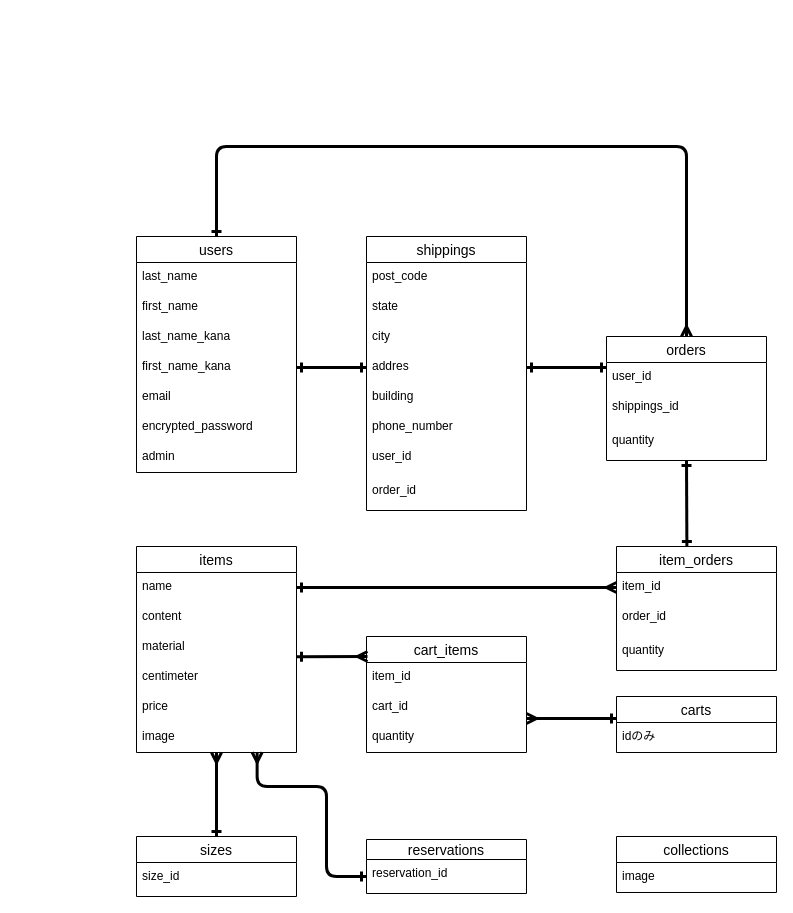
This is er.dio from ap0424ts/nuax_official, a draw.io file, before an edit. Source tidied: cells renumbered, new cells numbered last; positions are measured from the earlier drawing's top-left corner, leaving out a move shared by most shapes. Both pictures are drawn from the tidied source at 100%, with x=0, y=0 at pixel (136, 146).
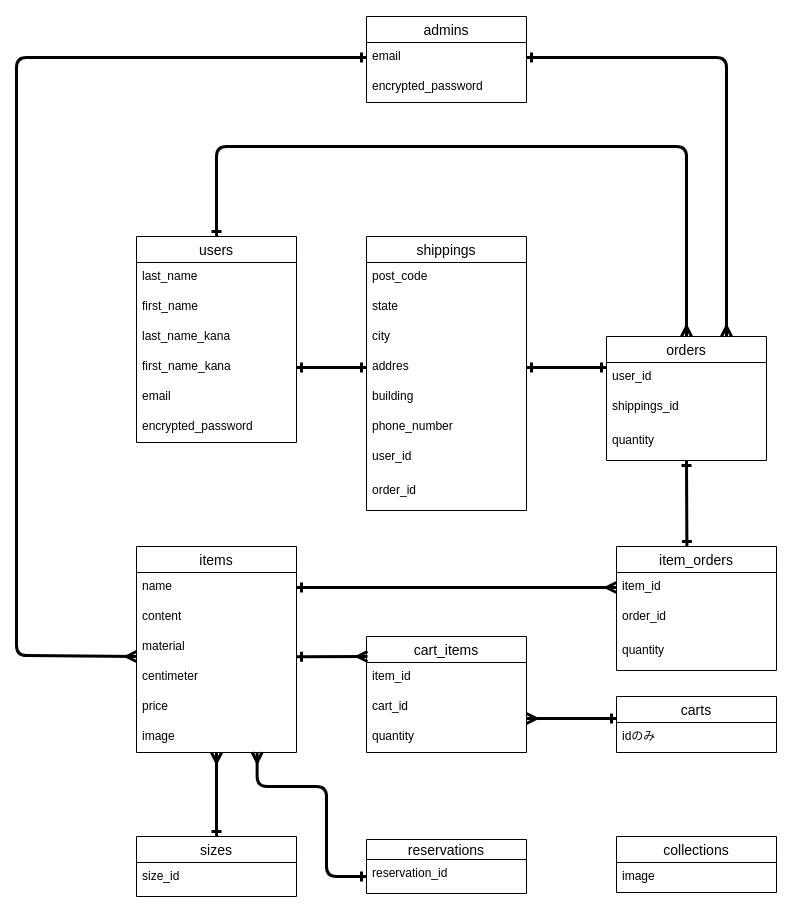
After the change.

The change refers to these unchanged cells:
```xml
<mxCell id="38" value="orders" style="swimlane;fontStyle=0;horizontal=1;startSize=26;align=center;fontSize=14;" parent="1" vertex="1">
  <mxGeometry x="470" y="190" width="160" height="124" as="geometry" />
</mxCell>
```

Change to the diagram source:
```diff
@@
     <mxCell id="2" value="users" style="swimlane;fontStyle=0;horizontal=1;startSize=26;align=center;fontSize=14;" parent="1" vertex="1">
-      <mxGeometry y="90" width="160" height="236" as="geometry" />
+      <mxGeometry y="90" width="160" height="206" as="geometry" />
     </mxCell>
@@
-    <mxCell id="9" value="admin" style="text;strokeColor=none;fillColor=none;spacingLeft=4;spacingRight=4;overflow=hidden;fontSize=12;" parent="2" vertex="1">
-      <mxGeometry y="206" width="160" height="30" as="geometry" />
-    </mxCell>
@@
+    <mxCell id="56" value="admins" style="swimlane;fontStyle=0;horizontal=1;startSize=26;align=center;fontSize=14;" parent="1" vertex="1">
+      <mxGeometry x="230" y="-130" width="160" height="86" as="geometry" />
+    </mxCell>
+    <mxCell id="57" value="email" style="text;strokeColor=none;fillColor=none;spacingLeft=4;spacingRight=4;overflow=hidden;points=[[0,0.5],[1,0.5]];portConstraint=eastwest;fontSize=12;" parent="56" vertex="1">
+      <mxGeometry y="26" width="160" height="30" as="geometry" />
+    </mxCell>
+    <mxCell id="58" value="encrypted_password" style="text;strokeColor=none;fillColor=none;spacingLeft=4;spacingRight=4;overflow=hidden;fontSize=12;" parent="56" vertex="1">
+      <mxGeometry y="56" width="160" height="30" as="geometry" />
+    </mxCell>
+    <mxCell id="59" style="fontSize=12;html=1;endArrow=ERmany;startArrow=ERone;strokeWidth=3;startFill=0;exitX=1;exitY=0.5;exitDx=0;exitDy=0;edgeStyle=orthogonalEdgeStyle;entryX=0.75;entryY=0;entryDx=0;entryDy=0;" parent="1" edge="1" source="57" target="38">
+      <mxGeometry relative="1" as="geometry">
+        <Array as="points">
+          <mxPoint x="590" y="-89" />
+        </Array>
+      </mxGeometry>
+    </mxCell>
+    <mxCell id="60" style="fontSize=12;html=1;endArrow=ERmany;startArrow=ERone;strokeWidth=3;startFill=0;exitX=0;exitY=0.5;exitDx=0;exitDy=0;edgeStyle=orthogonalEdgeStyle;" parent="1" edge="1" source="57">
+      <mxGeometry relative="1" as="geometry">
+        <mxPoint y="510" as="targetPoint" />
+        <Array as="points">
+          <mxPoint x="-120" y="-89" />
+          <mxPoint x="-120" y="509" />
+          <mxPoint y="509" />
+        </Array>
+      </mxGeometry>
+    </mxCell>
```
